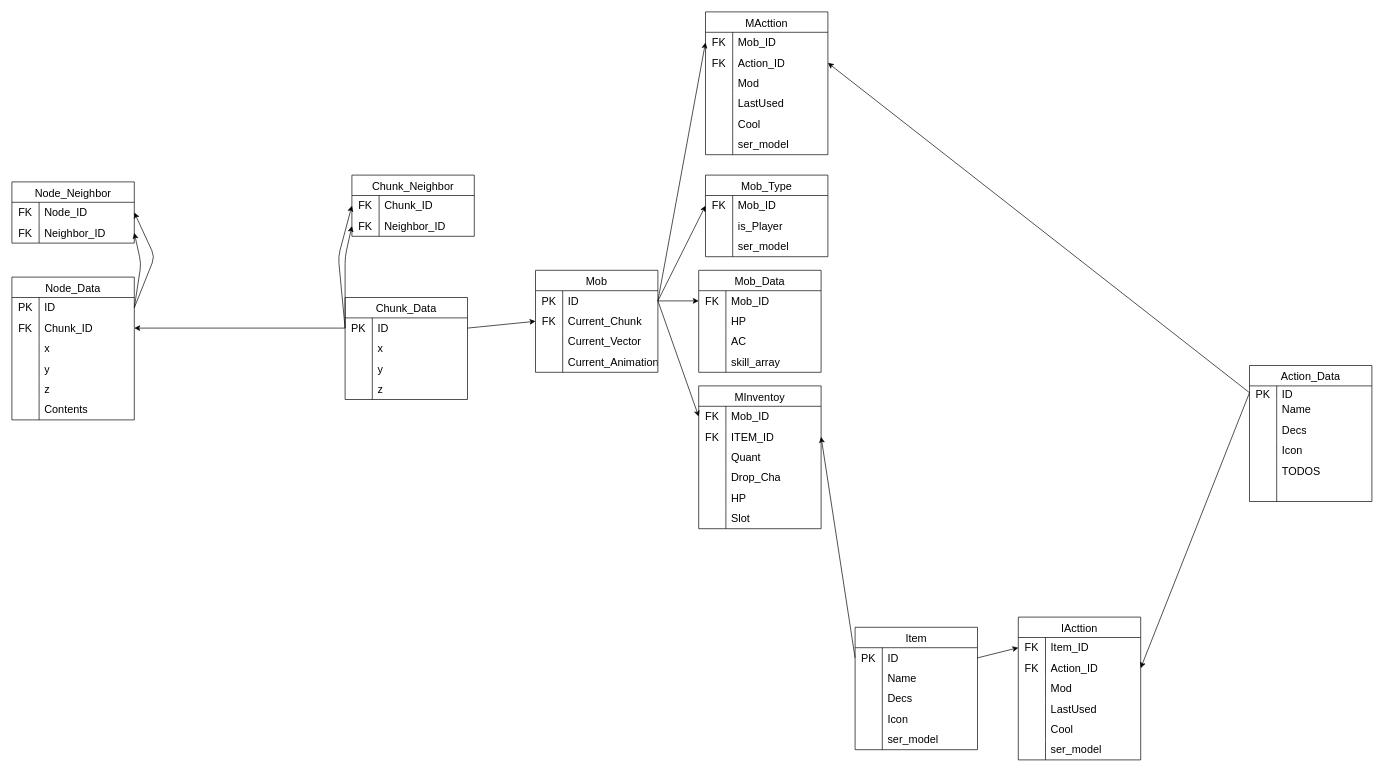
Before: server/datalayout.dio in tareoflight/coopServer, a draw.io diagram. Source tidied: cells renumbered, new cells numbered last; positions are measured from the earlier drawing's top-left corner, leaving out a move shared by most shapes. Both pictures are drawn from the tidied source at 68%, with x=0, y=0 at pixel (12, 12).
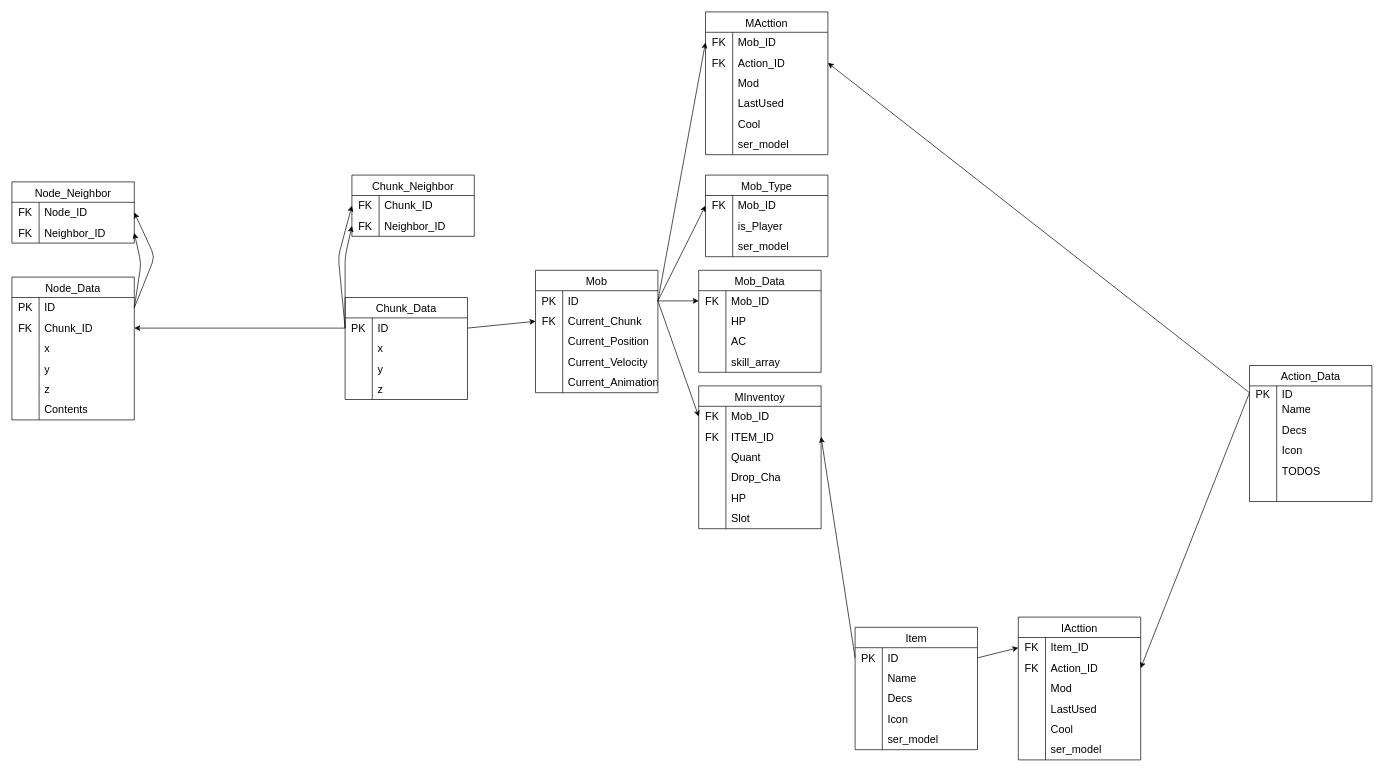
The same page after the edit.

The change refers to these unchanged cells:
```xml
<mxCell id="9" style="shape=tableRow;horizontal=0;startSize=0;swimlaneHead=0;swimlaneBody=0;top=0;left=0;bottom=0;right=0;fillColor=none;strokeColor=inherit;fontSize=16;" parent="2" vertex="1">
  <mxGeometry y="90" width="180" height="30" as="geometry" />
</mxCell>
<mxCell id="12" style="shape=tableRow;horizontal=0;startSize=0;swimlaneHead=0;swimlaneBody=0;top=0;left=0;bottom=0;right=0;fillColor=none;strokeColor=inherit;fontSize=16;" parent="2" vertex="1">
  <mxGeometry y="120" width="180" height="30" as="geometry" />
</mxCell>
```

The edit, as a diff of the source:
```diff
@@
     <mxCell id="2" value="Mob" style="shape=table;startSize=30;childLayout=tableLayout;rowLines=0;fontStyle=0;strokeColor=default;fontSize=16;" parent="1" vertex="1">
-      <mxGeometry x="770" y="380" width="180" height="150" as="geometry" />
+      <mxGeometry x="770" y="380" width="180" height="180" as="geometry" />
     </mxCell>
@@
-    <mxCell id="11" value="Current_Vector" style="shape=partialRectangle;html=1;whiteSpace=wrap;fillColor=none;top=0;left=0;bottom=0;right=0;align=left;spacingLeft=6;overflow=hidden;strokeColor=inherit;fontSize=16;" parent="9" vertex="1">
+    <mxCell id="11" value="Current_Position" style="shape=partialRectangle;html=1;whiteSpace=wrap;fillColor=none;top=0;left=0;bottom=0;right=0;align=left;spacingLeft=6;overflow=hidden;strokeColor=inherit;fontSize=16;" parent="9" vertex="1">
       <mxGeometry x="40" width="140" height="30" as="geometry" />
     </mxCell>
@@
-    <mxCell id="14" value="Current_Animation" style="shape=partialRectangle;html=1;whiteSpace=wrap;fillColor=none;top=0;left=0;bottom=0;right=0;align=left;spacingLeft=6;overflow=hidden;strokeColor=inherit;fontSize=16;" parent="12" vertex="1">
+    <mxCell id="14" value="Current_Velocity" style="shape=partialRectangle;html=1;whiteSpace=wrap;fillColor=none;top=0;left=0;bottom=0;right=0;align=left;spacingLeft=6;overflow=hidden;strokeColor=inherit;fontSize=16;" parent="12" vertex="1">
       <mxGeometry x="40" width="140" height="30" as="geometry" />
     </mxCell>
+    <mxCell id="190" style="shape=tableRow;horizontal=0;startSize=0;swimlaneHead=0;swimlaneBody=0;top=0;left=0;bottom=0;right=0;fillColor=none;strokeColor=inherit;fontSize=16;" parent="2" vertex="1">
+      <mxGeometry y="150" width="180" height="30" as="geometry" />
+    </mxCell>
+    <mxCell id="191" style="shape=partialRectangle;html=1;whiteSpace=wrap;fillColor=none;top=0;left=0;bottom=0;right=0;overflow=hidden;strokeColor=inherit;fontSize=16;" parent="190" vertex="1">
+      <mxGeometry width="40" height="30" as="geometry" />
+    </mxCell>
+    <mxCell id="192" value="Current_Animation" style="shape=partialRectangle;html=1;whiteSpace=wrap;fillColor=none;top=0;left=0;bottom=0;right=0;align=left;spacingLeft=6;overflow=hidden;strokeColor=inherit;fontSize=16;" parent="190" vertex="1">
+      <mxGeometry x="40" width="140" height="30" as="geometry" />
+    </mxCell>
```
